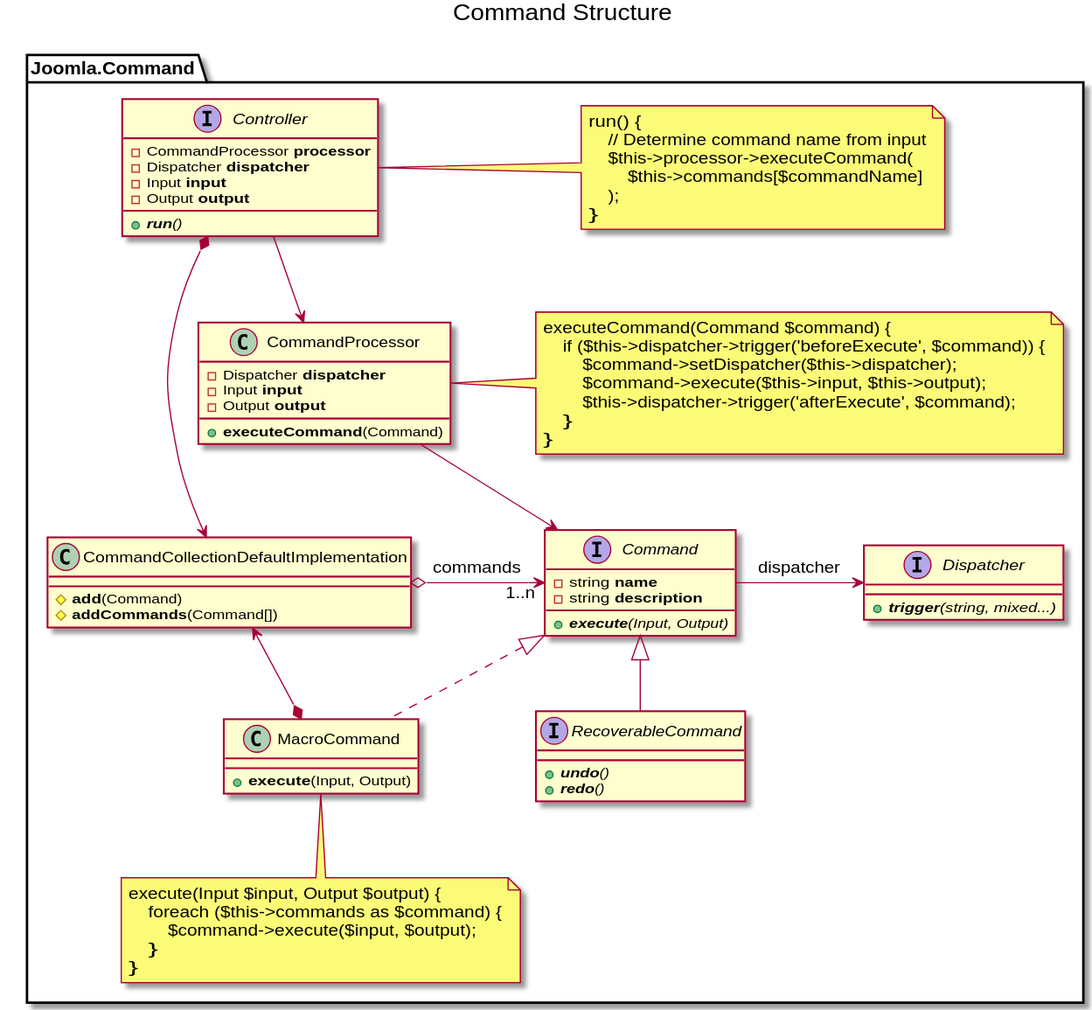
The PlantUML diagram svg/class-command.svg in nibralab/joomla-architecture, before a commit. Its source is kept beside it as src/class-command.puml.
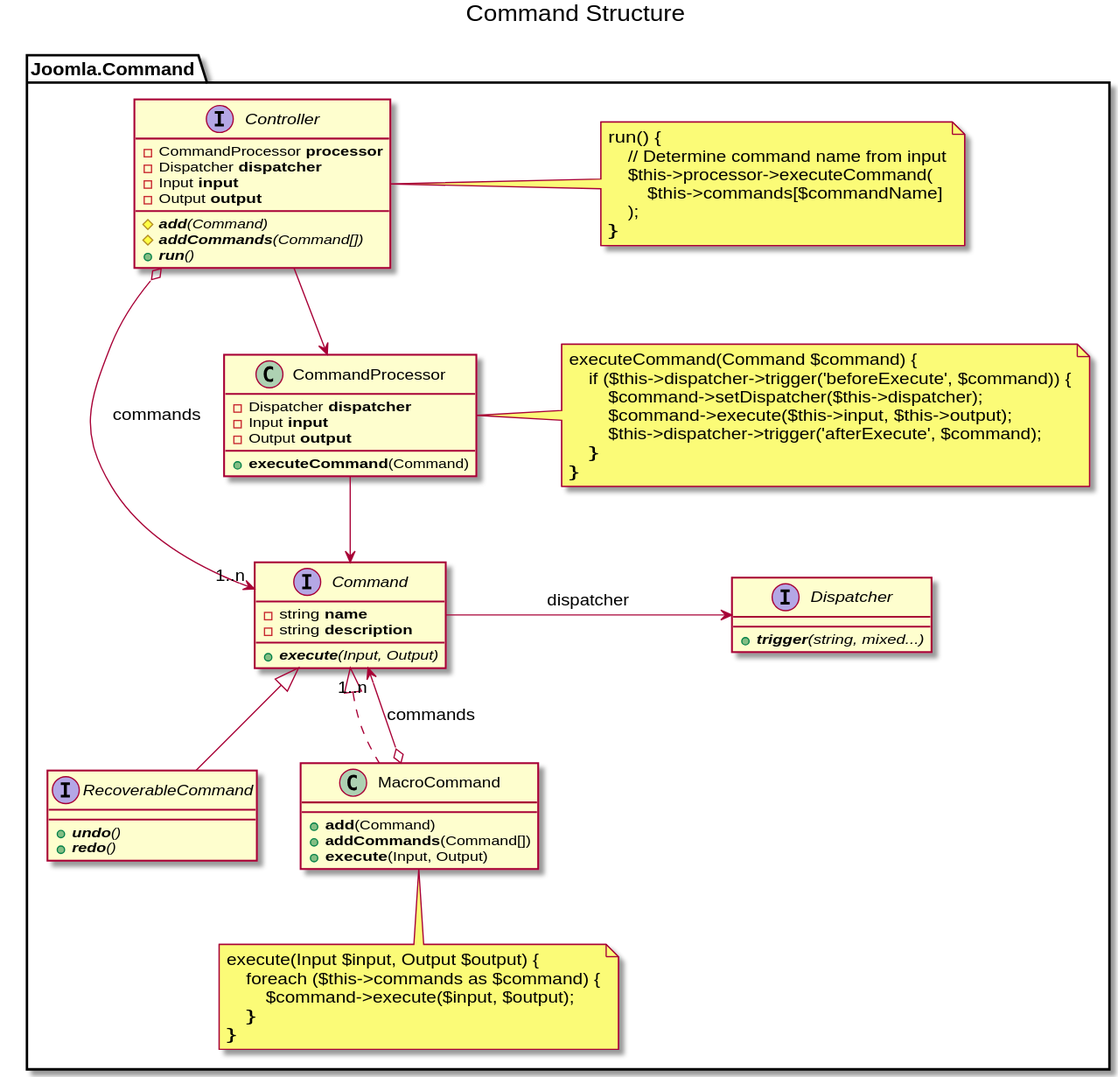
The same file after the commit.

Commit message:
Reverted introduction of CommandCollectionDefaultImplementation. While Controller contains a *set* of commands, MacroCommand contains an ordered *list* of commands - which obviously not is the same.

Change to the diagram source:
```diff
@@ -6,6 +6,8 @@
         -Dispatcher <b>dispatcher</b>
         -Input <b>input</b>
         -Output <b>output</b>
+        #{abstract} <b>add</b>(Command)
+        #{abstract} <b>addCommands</b>(Command[])
         +{abstract} <b>run</b>()
     }
     note as ControllerNote
@@ -36,6 +38,8 @@
     Command -right-> Dispatcher: dispatcher
 
     class MacroCommand {
+        +<b>add</b>(Command)
+        +<b>addCommands</b>(Command[])
         +<b>execute</b>(Input, Output)
     }
 
@@ -68,12 +72,7 @@
     end note
     CommandProcessor .right. CommandProcessorNote
 
-    class CommandCollectionDefaultImplementation {
-        #<b>add</b>(Command)
-        #<b>addCommands</b>(Command[])
-    }
-    CommandCollectionDefaultImplementation o-r-> "1..n" Command: commands
-    MacroCommand *--> CommandCollectionDefaultImplementation
-    Controller *--> CommandCollectionDefaultImplementation
+    MacroCommand o--> "1..n" Command: commands
+    Controller o--> "1..n" Command: commands
 }
 @enduml
```
